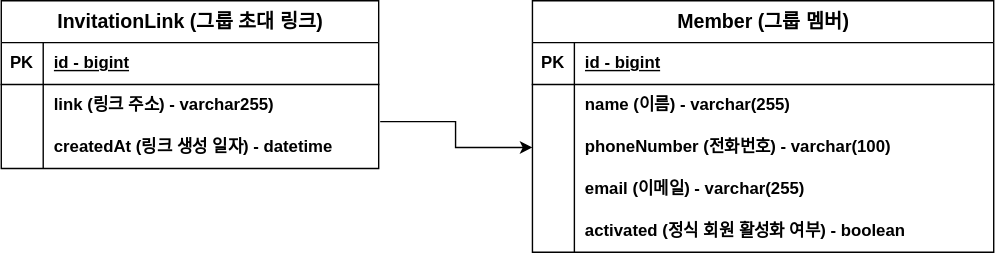
Above: invitation-erd.svg in Jonggae/group-invitation (draw.io), before the change. Source tidied: cells renumbered, new cells last; positions are measured from the earlier drawing's top-left corner, leaving out a move shared by most shapes.
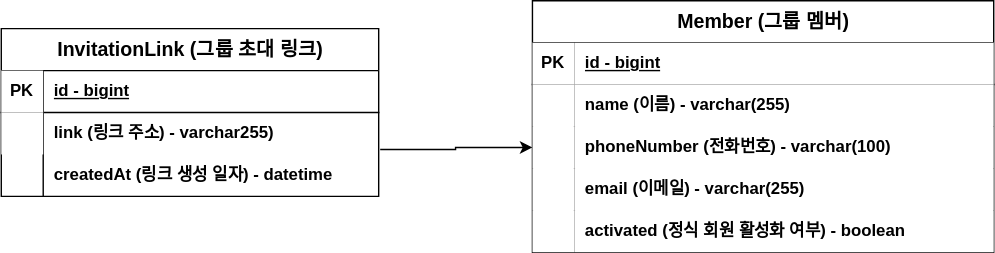
Later version of the same file.

Change to the diagram source:
```diff
@@ -6,12 +6,12 @@
       <mxGeometry relative="1" as="geometry" />
     </mxCell>
     <mxCell id="3" value="&lt;font style=&quot;font-size: 14px;&quot;&gt;InvitationLink (그룹 초대 링크)&lt;/font&gt;" style="shape=table;startSize=30;rowLines=0;fontStyle=1;align=center;html=1;" parent="1" vertex="1">
-      <mxGeometry width="270" height="120" as="geometry" />
+      <mxGeometry y="20" width="270" height="120" as="geometry" />
     </mxCell>
     <mxCell id="4" style="shape=tableRow;horizontal=0;startSize=0;swimlaneHead=0;swimlaneBody=0;fillColor=none;top=0;left=0;right=0;bottom=1;" parent="3" vertex="1">
       <mxGeometry y="30" width="270" height="30" as="geometry" />
     </mxCell>
-    <mxCell id="5" value="PK" style="shape=partialRectangle;fillColor=none;top=0;left=0;bottom=0;right=0;fontStyle=1;overflow=hidden;whiteSpace=wrap;html=1;" parent="4" vertex="1">
+    <mxCell id="5" value="PK" style="shape=partialRectangle;fillColor=default;top=0;left=0;bottom=0;right=0;fontStyle=1;overflow=hidden;whiteSpace=wrap;html=1;" parent="4" vertex="1">
       <mxGeometry width="30" height="30" as="geometry" />
     </mxCell>
     <mxCell id="6" value="id - bigint" style="shape=partialRectangle;fillColor=none;top=0;left=0;bottom=0;right=0;align=left;spacingLeft=6;fontStyle=5;overflow=hidden;whiteSpace=wrap;html=1;" parent="4" vertex="1">
@@ -20,7 +20,7 @@
     <mxCell id="7" style="shape=tableRow;horizontal=0;startSize=0;swimlaneHead=0;swimlaneBody=0;fillColor=none;top=0;left=0;right=0;bottom=0;" parent="3" vertex="1">
       <mxGeometry y="60" width="270" height="30" as="geometry" />
     </mxCell>
-    <mxCell id="8" style="shape=partialRectangle;fillColor=none;top=0;left=0;bottom=0;right=0;overflow=hidden;whiteSpace=wrap;html=1;" parent="7" vertex="1">
+    <mxCell id="8" style="shape=partialRectangle;fillColor=default;top=0;left=0;bottom=0;right=0;overflow=hidden;whiteSpace=wrap;html=1;" parent="7" vertex="1">
       <mxGeometry width="30" height="30" as="geometry" />
     </mxCell>
     <mxCell id="9" value="link (링크 주소) - varchar255)" style="shape=partialRectangle;fillColor=none;top=0;left=0;bottom=0;right=0;align=left;spacingLeft=6;overflow=hidden;whiteSpace=wrap;html=1;fontStyle=1;" parent="7" vertex="1">
@@ -41,46 +41,46 @@
     <mxCell id="14" style="shape=tableRow;horizontal=0;startSize=0;swimlaneHead=0;swimlaneBody=0;fillColor=none;top=0;left=0;right=0;bottom=1;" parent="13" vertex="1">
       <mxGeometry y="30" width="330" height="30" as="geometry" />
     </mxCell>
-    <mxCell id="15" value="PK" style="shape=partialRectangle;fillColor=none;top=0;left=0;bottom=0;right=0;fontStyle=1;overflow=hidden;whiteSpace=wrap;html=1;" parent="14" vertex="1">
+    <mxCell id="15" value="PK" style="shape=partialRectangle;fillColor=default;top=0;left=0;bottom=0;right=0;fontStyle=1;overflow=hidden;whiteSpace=wrap;html=1;" parent="14" vertex="1">
       <mxGeometry width="30" height="30" as="geometry" />
     </mxCell>
-    <mxCell id="16" value="id - bigint" style="shape=partialRectangle;fillColor=none;top=0;left=0;bottom=0;right=0;align=left;spacingLeft=6;fontStyle=5;overflow=hidden;whiteSpace=wrap;html=1;" parent="14" vertex="1">
+    <mxCell id="16" value="id - bigint" style="shape=partialRectangle;fillColor=default;top=0;left=0;bottom=0;right=0;align=left;spacingLeft=6;fontStyle=5;overflow=hidden;whiteSpace=wrap;html=1;" parent="14" vertex="1">
       <mxGeometry x="30" width="300" height="30" as="geometry" />
     </mxCell>
     <mxCell id="17" style="shape=tableRow;horizontal=0;startSize=0;swimlaneHead=0;swimlaneBody=0;fillColor=none;top=0;left=0;right=0;bottom=0;" parent="13" vertex="1">
       <mxGeometry y="60" width="330" height="30" as="geometry" />
     </mxCell>
-    <mxCell id="18" style="shape=partialRectangle;fillColor=none;top=0;left=0;bottom=0;right=0;overflow=hidden;whiteSpace=wrap;html=1;" parent="17" vertex="1">
+    <mxCell id="18" style="shape=partialRectangle;fillColor=default;top=0;left=0;bottom=0;right=0;overflow=hidden;whiteSpace=wrap;html=1;" parent="17" vertex="1">
       <mxGeometry width="30" height="30" as="geometry" />
     </mxCell>
-    <mxCell id="19" value="name (이름) - varchar(255)" style="shape=partialRectangle;fillColor=none;top=0;left=0;bottom=0;right=0;align=left;spacingLeft=6;overflow=hidden;whiteSpace=wrap;html=1;fontStyle=1;" parent="17" vertex="1">
+    <mxCell id="19" value="name (이름) - varchar(255)" style="shape=partialRectangle;fillColor=default;top=0;left=0;bottom=0;right=0;align=left;spacingLeft=6;overflow=hidden;whiteSpace=wrap;html=1;fontStyle=1;" parent="17" vertex="1">
       <mxGeometry x="30" width="300" height="30" as="geometry" />
     </mxCell>
     <mxCell id="20" style="shape=tableRow;horizontal=0;startSize=0;swimlaneHead=0;swimlaneBody=0;fillColor=none;points=[[0,0.5],[1,0.5]];portConstraint=eastwest;top=0;left=0;right=0;bottom=0;" parent="13" vertex="1">
       <mxGeometry y="90" width="330" height="30" as="geometry" />
     </mxCell>
-    <mxCell id="21" style="shape=partialRectangle;fillColor=none;top=0;left=0;bottom=0;right=0;overflow=hidden;whiteSpace=wrap;html=1;" parent="20" vertex="1">
+    <mxCell id="21" style="shape=partialRectangle;fillColor=default;top=0;left=0;bottom=0;right=0;overflow=hidden;whiteSpace=wrap;html=1;" parent="20" vertex="1">
       <mxGeometry width="30" height="30" as="geometry" />
     </mxCell>
-    <mxCell id="22" value="&lt;b&gt;phoneNumber (전화번호) - varchar(100)&lt;/b&gt;" style="shape=partialRectangle;fillColor=none;top=0;left=0;bottom=0;right=0;align=left;spacingLeft=6;overflow=hidden;whiteSpace=wrap;html=1;" parent="20" vertex="1">
+    <mxCell id="22" value="&lt;b&gt;phoneNumber (전화번호) - varchar(100)&lt;/b&gt;" style="shape=partialRectangle;fillColor=default;top=0;left=0;bottom=0;right=0;align=left;spacingLeft=6;overflow=hidden;whiteSpace=wrap;html=1;" parent="20" vertex="1">
       <mxGeometry x="30" width="300" height="30" as="geometry" />
     </mxCell>
     <mxCell id="23" style="shape=tableRow;horizontal=0;startSize=0;swimlaneHead=0;swimlaneBody=0;fillColor=none;top=0;left=0;right=0;bottom=0;" parent="13" vertex="1">
       <mxGeometry y="120" width="330" height="30" as="geometry" />
     </mxCell>
-    <mxCell id="24" style="shape=partialRectangle;fillColor=none;top=0;left=0;bottom=0;right=0;overflow=hidden;whiteSpace=wrap;html=1;" parent="23" vertex="1">
+    <mxCell id="24" style="shape=partialRectangle;fillColor=default;top=0;left=0;bottom=0;right=0;overflow=hidden;whiteSpace=wrap;html=1;" parent="23" vertex="1">
       <mxGeometry width="30" height="30" as="geometry" />
     </mxCell>
-    <mxCell id="25" value="email (이메일) - varchar(255)" style="shape=partialRectangle;fillColor=none;top=0;left=0;bottom=0;right=0;align=left;spacingLeft=6;overflow=hidden;whiteSpace=wrap;html=1;fontStyle=1;" parent="23" vertex="1">
+    <mxCell id="25" value="email (이메일) - varchar(255)" style="shape=partialRectangle;fillColor=default;top=0;left=0;bottom=0;right=0;align=left;spacingLeft=6;overflow=hidden;whiteSpace=wrap;html=1;fontStyle=1;" parent="23" vertex="1">
       <mxGeometry x="30" width="300" height="30" as="geometry" />
     </mxCell>
     <mxCell id="26" style="shape=tableRow;horizontal=0;startSize=0;swimlaneHead=0;swimlaneBody=0;fillColor=none;top=0;left=0;right=0;bottom=0;" parent="13" vertex="1">
       <mxGeometry y="150" width="330" height="30" as="geometry" />
     </mxCell>
-    <mxCell id="27" style="shape=partialRectangle;fillColor=none;top=0;left=0;bottom=0;right=0;overflow=hidden;whiteSpace=wrap;html=1;" parent="26" vertex="1">
+    <mxCell id="27" style="shape=partialRectangle;fillColor=default;top=0;left=0;bottom=0;right=0;overflow=hidden;whiteSpace=wrap;html=1;" parent="26" vertex="1">
       <mxGeometry width="30" height="30" as="geometry" />
     </mxCell>
-    <mxCell id="28" value="activated (정식 회원 활성화 여부) - boolean" style="shape=partialRectangle;fillColor=none;top=0;left=0;bottom=0;right=0;align=left;spacingLeft=6;overflow=hidden;whiteSpace=wrap;html=1;fontStyle=1;" parent="26" vertex="1">
+    <mxCell id="28" value="activated (정식 회원 활성화 여부) - boolean" style="shape=partialRectangle;fillColor=default;top=0;left=0;bottom=0;right=0;align=left;spacingLeft=6;overflow=hidden;whiteSpace=wrap;html=1;fontStyle=1;" parent="26" vertex="1">
       <mxGeometry x="30" width="300" height="30" as="geometry" />
     </mxCell>
   </root>
```
